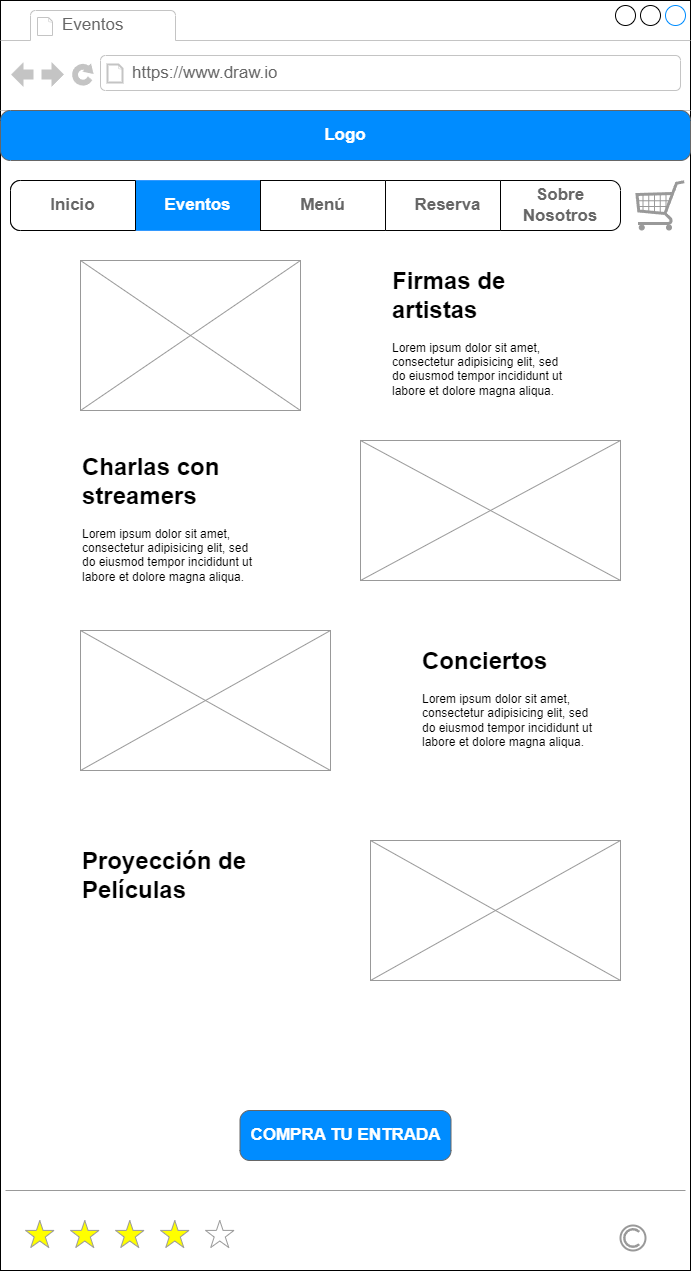
The draw.io diagram MOCKUPS/Mockups_Cibercafé-Eventos.drawio.png in luciarinconpozo/Cibercafe, before a commit. Source tidied: cells renumbered, new cells last; positions are measured from the earlier drawing's top-left corner, leaving out a move shared by most shapes.
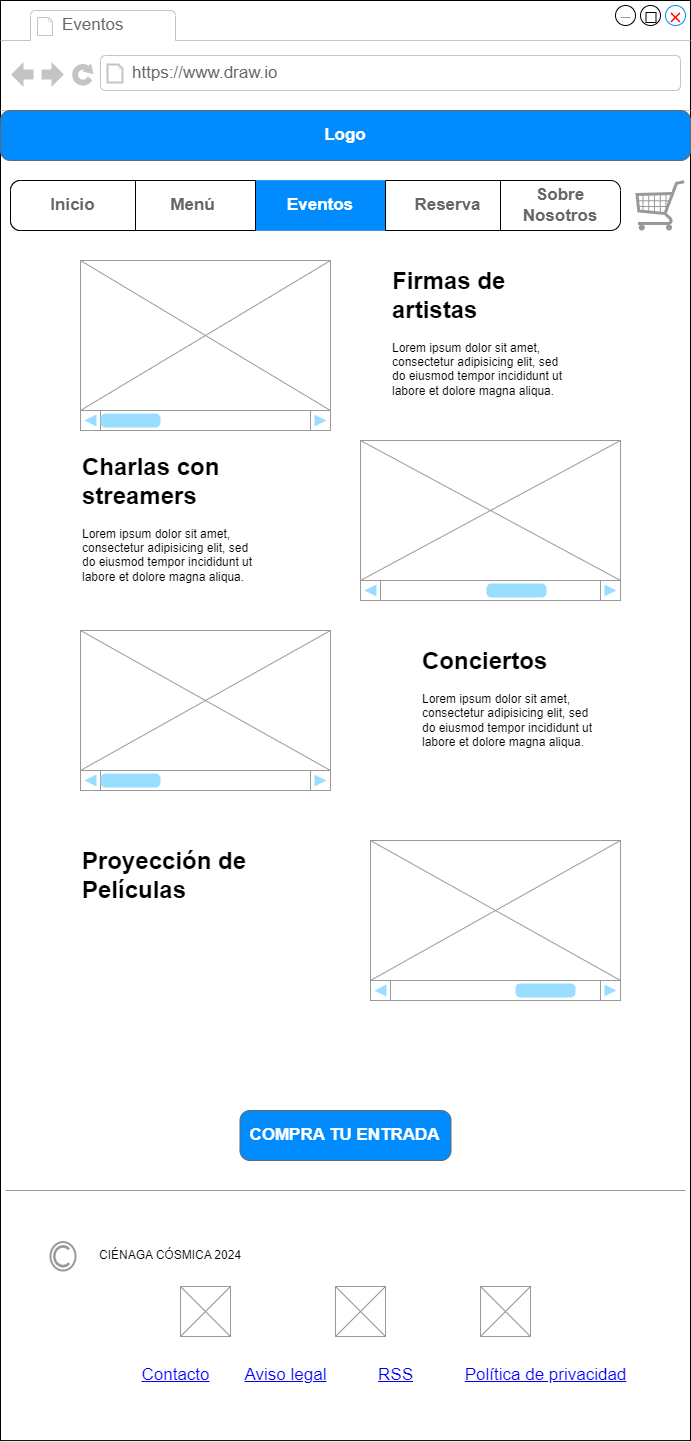
After the commit.

Change to the diagram source:
```diff
@@ -3,7 +3,7 @@
     <mxCell id="0" />
     <mxCell id="1" parent="0" />
     <mxCell id="2" style="strokeWidth=1;shadow=0;dashed=0;align=center;html=1;shape=mxgraph.mockup.containers.browserWindow;rSize=0;strokeColor=default;strokeColor2=#008cff;strokeColor3=#c4c4c4;mainText=,;" parent="1" vertex="1">
-      <mxGeometry width="690" height="1270" as="geometry" />
+      <mxGeometry width="690" height="1440.1" as="geometry" />
     </mxCell>
     <mxCell id="3" value="Eventos" style="strokeWidth=1;shadow=0;dashed=0;align=center;html=1;shape=mxgraph.mockup.containers.anchor;fontSize=17;fontColor=#666666;align=left;whiteSpace=wrap;" parent="2" vertex="1">
       <mxGeometry x="60" y="12" width="110" height="26" as="geometry" />
@@ -27,7 +27,7 @@
       <mxGeometry x="360" y="440" width="260" height="140" as="geometry" />
     </mxCell>
     <mxCell id="10" style="verticalLabelPosition=bottom;shadow=0;dashed=0;align=center;html=1;verticalAlign=top;strokeWidth=1;shape=mxgraph.mockup.graphics.simpleIcon;strokeColor=#999999;" parent="2" vertex="1">
-      <mxGeometry x="80" y="260" width="220" height="150" as="geometry" />
+      <mxGeometry x="80" y="260" width="250" height="150" as="geometry" />
     </mxCell>
     <mxCell id="11" value="&lt;h1 style=&quot;margin-top: 0px;&quot;&gt;&lt;span style=&quot;background-color: initial;&quot;&gt;Charlas con streamers&lt;/span&gt;&lt;/h1&gt;&lt;p&gt;Lorem ipsum dolor sit amet, consectetur adipisicing elit, sed do eiusmod tempor incididunt ut labore et dolore magna aliqua.&lt;/p&gt;" style="text;html=1;whiteSpace=wrap;overflow=hidden;rounded=0;" parent="2" vertex="1">
       <mxGeometry x="80" y="446" width="180" height="144" as="geometry" />
@@ -35,15 +35,9 @@
     <mxCell id="12" value="&lt;h1 style=&quot;margin-top: 0px;&quot;&gt;&lt;span style=&quot;background-color: initial;&quot;&gt;Conciertos&lt;/span&gt;&lt;/h1&gt;&lt;p&gt;Lorem ipsum dolor sit amet, consectetur adipisicing elit, sed do eiusmod tempor incididunt ut labore et dolore magna aliqua.&lt;/p&gt;" style="text;html=1;whiteSpace=wrap;overflow=hidden;rounded=0;" parent="2" vertex="1">
       <mxGeometry x="420" y="640" width="180" height="120" as="geometry" />
     </mxCell>
-    <mxCell id="13" style="verticalLabelPosition=bottom;shadow=0;dashed=0;align=center;html=1;verticalAlign=top;strokeWidth=1;shape=mxgraph.mockup.misc.rating;strokeColor=#999999;fillColor=#ffff00;emptyFillColor=#ffffff;grade=4;ratingScale=5;ratingStyle=star;" parent="2" vertex="1">
-      <mxGeometry x="25" y="1220" width="225" height="30" as="geometry" />
-    </mxCell>
     <mxCell id="14" style="verticalLabelPosition=bottom;shadow=0;dashed=0;align=center;html=1;verticalAlign=top;strokeWidth=1;shape=mxgraph.mockup.markup.line;strokeColor=#999999;" parent="2" vertex="1">
       <mxGeometry x="5" y="1180" width="680" height="20" as="geometry" />
     </mxCell>
-    <mxCell id="15" style="strokeColor=#999999;verticalLabelPosition=bottom;shadow=0;dashed=0;verticalAlign=top;strokeWidth=2;html=1;shape=mxgraph.mockup.misc.copyrightIcon;" parent="2" vertex="1">
-      <mxGeometry x="620" y="1225" width="25" height="25" as="geometry" />
-    </mxCell>
     <mxCell id="16" style="verticalLabelPosition=bottom;shadow=0;dashed=0;align=center;html=1;verticalAlign=top;strokeWidth=1;shape=mxgraph.mockup.misc.shoppingCart;strokeColor=#999999;" parent="2" vertex="1">
       <mxGeometry x="635" y="180" width="50" height="50" as="geometry" />
     </mxCell>
@@ -57,13 +51,13 @@
       <mxGeometry x="10" y="180" width="500" height="50" as="geometry" />
     </mxCell>
     <mxCell id="20" value="&lt;span style=&quot;color: rgb(255, 255, 255);&quot;&gt;Eventos&lt;/span&gt;" style="strokeColor=#3399FF;fillColor=#008CFF;gradientColor=inherit;strokeWidth=1;shadow=0;dashed=0;align=center;html=1;shape=mxgraph.mockup.rrect;rSize=0;fontSize=17;fontColor=#666666;fontStyle=1;whiteSpace=wrap;" parent="19" vertex="1">
-      <mxGeometry width="125" height="50" relative="1" as="geometry">
-        <mxPoint x="125" as="offset" />
+      <mxGeometry width="140" height="50" relative="1" as="geometry">
+        <mxPoint x="240" as="offset" />
       </mxGeometry>
     </mxCell>
     <mxCell id="21" value="Menú" style="strokeColor=inherit;fillColor=inherit;gradientColor=inherit;strokeWidth=1;shadow=0;dashed=0;align=center;html=1;shape=mxgraph.mockup.rrect;rSize=0;fontSize=17;fontColor=#666666;fontStyle=1;whiteSpace=wrap;" parent="19" vertex="1">
       <mxGeometry width="125" height="50" relative="1" as="geometry">
-        <mxPoint x="250" as="offset" />
+        <mxPoint x="120" as="offset" />
       </mxGeometry>
     </mxCell>
     <mxCell id="22" value="Reserva" style="strokeColor=inherit;fillColor=inherit;gradientColor=inherit;strokeWidth=1;shadow=0;dashed=0;align=center;html=1;shape=mxgraph.mockup.rightButton;rSize=10;fontSize=17;fontColor=#666666;fontStyle=1;whiteSpace=wrap;" parent="19" vertex="1">
@@ -77,5 +71,53 @@
     <mxCell id="24" value="&lt;font&gt;Sobre Nosotros&lt;/font&gt;" style="strokeColor=default;fillColor=default;strokeWidth=1;shadow=0;dashed=0;align=center;html=1;shape=mxgraph.mockup.rightButton;rSize=10;fontSize=17;fontStyle=1;whiteSpace=wrap;fontColor=#666666;" parent="2" vertex="1">
       <mxGeometry x="500" y="180" width="120" height="50" as="geometry" />
     </mxCell>
+    <mxCell id="25" style="shape=mxgraph.mockup.markup.redX;fillColor=#ff0000;html=1;shadow=0;whiteSpace=wrap;strokeColor=none;" parent="2" vertex="1">
+      <mxGeometry x="670" y="12" width="10" height="10" as="geometry" />
+    </mxCell>
+    <mxCell id="26" style="verticalLabelPosition=bottom;shadow=0;dashed=0;align=center;html=1;verticalAlign=top;strokeWidth=1;shape=mxgraph.mockup.markup.line;strokeColor=#999999;" parent="2" vertex="1">
+      <mxGeometry x="620" y="12" width="10" height="10" as="geometry" />
+    </mxCell>
+    <mxCell id="27" style="whiteSpace=wrap;html=1;" parent="2" vertex="1">
+      <mxGeometry x="645.5" y="12" width="10" height="10" as="geometry" />
+    </mxCell>
+    <mxCell id="28" style="strokeColor=#999999;verticalLabelPosition=bottom;shadow=0;dashed=0;verticalAlign=top;strokeWidth=2;html=1;shape=mxgraph.mockup.misc.copyrightIcon;" parent="2" vertex="1">
+      <mxGeometry x="50" y="1241.6" width="25" height="28.4" as="geometry" />
+    </mxCell>
+    <mxCell id="29" value="Contacto" style="shape=rectangle;strokeColor=none;fillColor=none;linkText=;fontSize=17;fontColor=#0000ff;fontStyle=4;html=1;align=center;" parent="2" vertex="1">
+      <mxGeometry x="100" y="1360.1" width="150" height="30" as="geometry" />
+    </mxCell>
+    <mxCell id="30" value="Política de privacidad" style="shape=rectangle;strokeColor=none;fillColor=none;linkText=;fontSize=17;fontColor=#0000ff;fontStyle=4;html=1;align=center;" parent="2" vertex="1">
+      <mxGeometry x="470" y="1360.1" width="150" height="30" as="geometry" />
+    </mxCell>
+    <mxCell id="31" value="RSS" style="shape=rectangle;strokeColor=none;fillColor=none;linkText=;fontSize=17;fontColor=#0000ff;fontStyle=4;html=1;align=center;" parent="2" vertex="1">
+      <mxGeometry x="320" y="1360.1" width="150" height="30" as="geometry" />
+    </mxCell>
+    <mxCell id="32" value="Aviso legal" style="shape=rectangle;strokeColor=none;fillColor=none;linkText=;fontSize=17;fontColor=#0000ff;fontStyle=4;html=1;align=center;" parent="2" vertex="1">
+      <mxGeometry x="210" y="1360.1" width="150" height="30" as="geometry" />
+    </mxCell>
+    <mxCell id="33" value="CIÉNAGA CÓSMICA 2024" style="text;html=1;align=center;verticalAlign=middle;whiteSpace=wrap;rounded=0;" parent="2" vertex="1">
+      <mxGeometry x="90" y="1240" width="160" height="30" as="geometry" />
+    </mxCell>
+    <mxCell id="34" style="verticalLabelPosition=bottom;shadow=0;dashed=0;align=center;html=1;verticalAlign=top;strokeWidth=1;shape=mxgraph.mockup.graphics.simpleIcon;strokeColor=#999999;" parent="2" vertex="1">
+      <mxGeometry x="180" y="1286" width="50" height="50" as="geometry" />
+    </mxCell>
+    <mxCell id="35" style="verticalLabelPosition=bottom;shadow=0;dashed=0;align=center;html=1;verticalAlign=top;strokeWidth=1;shape=mxgraph.mockup.graphics.simpleIcon;strokeColor=#999999;" parent="2" vertex="1">
+      <mxGeometry x="335" y="1286" width="50" height="50" as="geometry" />
+    </mxCell>
+    <mxCell id="36" style="verticalLabelPosition=bottom;shadow=0;dashed=0;align=center;html=1;verticalAlign=top;strokeWidth=1;shape=mxgraph.mockup.graphics.simpleIcon;strokeColor=#999999;" parent="2" vertex="1">
+      <mxGeometry x="480" y="1286" width="50" height="50" as="geometry" />
+    </mxCell>
+    <mxCell id="37" style="verticalLabelPosition=bottom;shadow=0;dashed=0;align=center;html=1;verticalAlign=top;strokeWidth=1;shape=mxgraph.mockup.navigation.scrollBar;strokeColor=#999999;barPos=0;fillColor2=#99ddff;strokeColor2=none;" parent="2" vertex="1">
+      <mxGeometry x="80" y="410" width="250" height="20" as="geometry" />
+    </mxCell>
+    <mxCell id="38" style="verticalLabelPosition=bottom;shadow=0;dashed=0;align=center;html=1;verticalAlign=top;strokeWidth=1;shape=mxgraph.mockup.navigation.scrollBar;strokeColor=#999999;barPos=66.25;fillColor2=#99ddff;strokeColor2=none;" parent="2" vertex="1">
+      <mxGeometry x="360" y="580" width="260" height="20" as="geometry" />
+    </mxCell>
+    <mxCell id="39" style="verticalLabelPosition=bottom;shadow=0;dashed=0;align=center;html=1;verticalAlign=top;strokeWidth=1;shape=mxgraph.mockup.navigation.scrollBar;strokeColor=#999999;barPos=0;fillColor2=#99ddff;strokeColor2=none;" parent="2" vertex="1">
+      <mxGeometry x="80" y="770" width="250" height="20" as="geometry" />
+    </mxCell>
+    <mxCell id="40" style="verticalLabelPosition=bottom;shadow=0;dashed=0;align=center;html=1;verticalAlign=top;strokeWidth=1;shape=mxgraph.mockup.navigation.scrollBar;strokeColor=#999999;barPos=83.333;fillColor2=#99ddff;strokeColor2=none;" parent="2" vertex="1">
+      <mxGeometry x="370" y="980" width="250" height="20" as="geometry" />
+    </mxCell>
   </root>
 </mxGraphModel>
```
